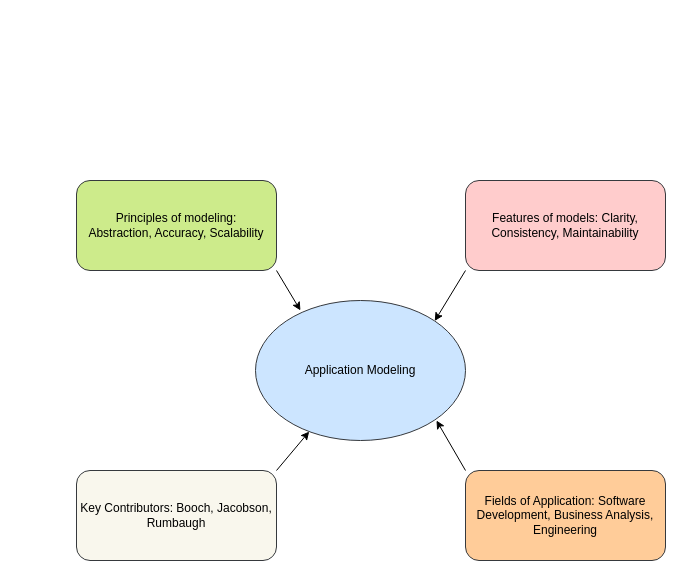
Earlier version of the draw.io diagram page "Página-2" (2 of 5) of Diagrama sin título.drawio (rachel0705/rachel0705). Source tidied: cells renumbered, new cells numbered last; positions are measured from the earlier drawing's top-left corner, leaving out a move shared by most shapes. Both pictures are drawn from the tidied source at 100%, with x=0, y=0 at pixel (76, 180).
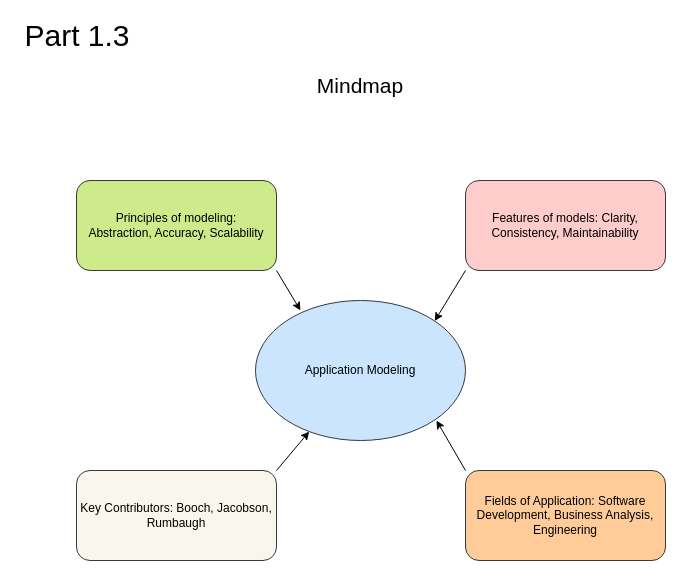
Above is the later version.

What changed in the source:
```diff
@@
 <mxGraphModel>
   <root>
     <mxCell id="0" />
     <mxCell id="1" parent="0" />
     <mxCell id="2" value="Application Modeling" style="ellipse;whiteSpace=wrap;html=1;fillColor=#cce5ff;strokeColor=#36393d;" parent="1" vertex="1">
       <mxGeometry x="179" y="120" width="210" height="140" as="geometry" />
     </mxCell>
     <mxCell id="3" value="Principles of modeling:&lt;div&gt;Abstraction, Accuracy, Scalability&lt;/div&gt;" style="rounded=1;whiteSpace=wrap;html=1;fillColor=#cdeb8b;strokeColor=#36393d;" parent="1" vertex="1">
       <mxGeometry width="200" height="90" as="geometry" />
     </mxCell>
     <mxCell id="4" value="Key Contributors: Booch, Jacobson, Rumbaugh" style="rounded=1;whiteSpace=wrap;html=1;fillColor=#f9f7ed;strokeColor=#36393d;" parent="1" vertex="1">
       <mxGeometry y="290" width="200" height="90" as="geometry" />
     </mxCell>
     <mxCell id="5" value="Fields of Application: Software Development, Business Analysis, Engineering" style="rounded=1;whiteSpace=wrap;html=1;fillColor=#ffcc99;strokeColor=#36393d;" parent="1" vertex="1">
       <mxGeometry x="389" y="290" width="200" height="90" as="geometry" />
     </mxCell>
     <mxCell id="6" value="Features of models: Clarity, Consistency, Maintainability" style="rounded=1;whiteSpace=wrap;html=1;fillColor=#ffcccc;strokeColor=#36393d;" parent="1" vertex="1">
       <mxGeometry x="389" width="200" height="90" as="geometry" />
     </mxCell>
     <mxCell id="7" style="endArrow=classic;html=1;rounded=0;exitX=1;exitY=1;exitDx=0;exitDy=0;entryX=0.214;entryY=0.071;entryDx=0;entryDy=0;entryPerimeter=0;" parent="1" edge="1" source="3" target="2">
       <mxGeometry relative="1" as="geometry" />
     </mxCell>
     <mxCell id="8" style="endArrow=classic;html=1;rounded=0;entryX=1;entryY=0;entryDx=0;entryDy=0;exitX=0;exitY=1;exitDx=0;exitDy=0;" parent="1" edge="1" source="6" target="2">
       <mxGeometry relative="1" as="geometry" />
     </mxCell>
     <mxCell id="9" style="endArrow=classic;html=1;rounded=0;exitX=1;exitY=0;exitDx=0;exitDy=0;" parent="1" edge="1" source="4" target="2">
       <mxGeometry relative="1" as="geometry" />
     </mxCell>
     <mxCell id="10" style="endArrow=classic;html=1;rounded=0;exitX=0;exitY=0;exitDx=0;exitDy=0;" parent="1" edge="1" source="5">
       <mxGeometry relative="1" as="geometry">
         <mxPoint x="360" y="240" as="targetPoint" />
       </mxGeometry>
     </mxCell>
+    <mxCell id="11" value="&lt;font style=&quot;font-size: 21px;&quot;&gt;Mindmap&lt;/font&gt;" style="text;html=1;align=center;verticalAlign=middle;whiteSpace=wrap;rounded=0;" parent="1" vertex="1">
+      <mxGeometry x="254" y="-110" width="60" height="30" as="geometry" />
+    </mxCell>
+    <mxCell id="12" value="&lt;font style=&quot;font-size: 30px;&quot;&gt;Part 1.3&lt;/font&gt;" style="text;html=1;align=center;verticalAlign=middle;whiteSpace=wrap;rounded=0;" parent="1" vertex="1">
+      <mxGeometry x="-59" y="-160" width="120" height="30" as="geometry" />
+    </mxCell>
   </root>
 </mxGraphModel>
```
